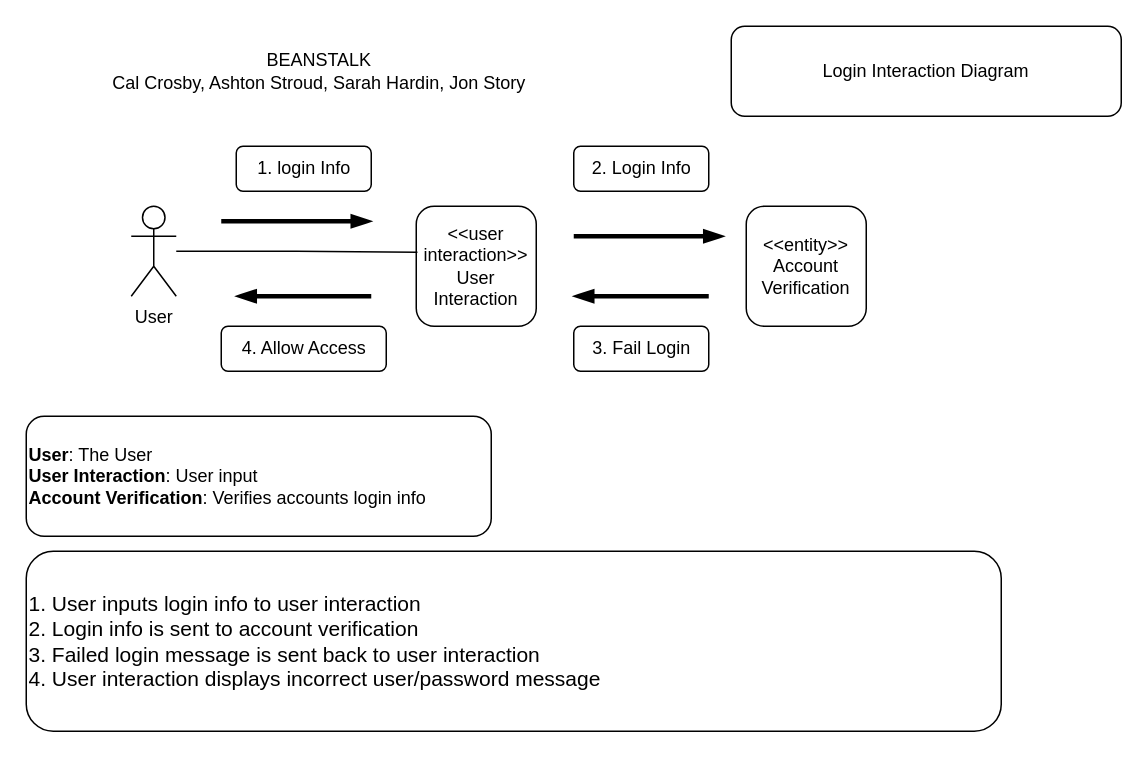
This is D5-DynamicModeling/login_fail.drawio from Glizzus/COMP-3700, a draw.io file, before an edit. Source tidied: cells renumbered, new cells numbered last; positions are measured from the earlier drawing's top-left corner, leaving out a move shared by most shapes. Both pictures are drawn from the tidied source at 150%, with x=0, y=0 at pixel (26, 26).
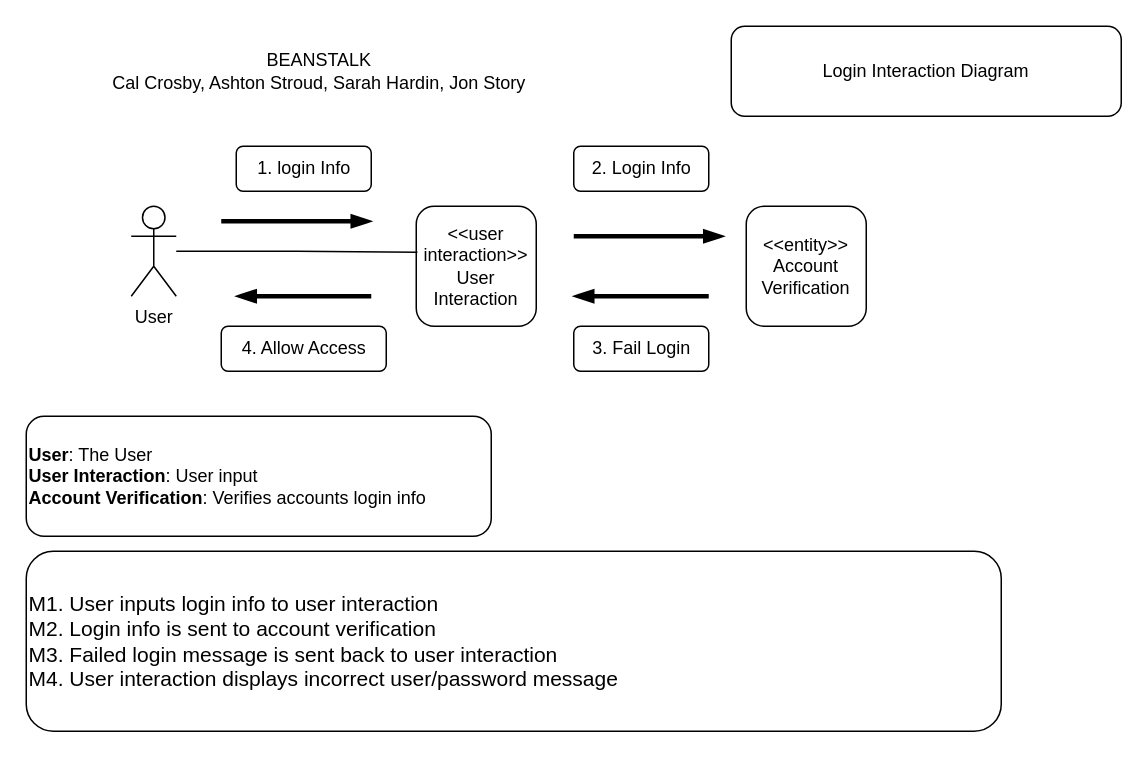
After the change.

Change to the diagram source:
```diff
@@
-    <mxCell id="3" value="&lt;font style=&quot;font-size: 14px;&quot;&gt;1. User inputs login info to user interaction&lt;br&gt;2. Login info is sent to account verification&lt;br&gt;3. Failed login message is sent back to user interaction&lt;br&gt;4. User interaction displays incorrect user/password message&lt;br&gt;&lt;/font&gt;" style="rounded=1;whiteSpace=wrap;html=1;align=left;" parent="1" vertex="1">
+    <mxCell id="3" value="&lt;font style=&quot;font-size: 14px;&quot;&gt;M1. User inputs login info to user interaction&lt;br&gt;M2. Login info is sent to account verification&lt;br&gt;M3. Failed login message is sent back to user interaction&lt;br&gt;M4. User interaction displays incorrect user/password message&lt;br&gt;&lt;/font&gt;" style="rounded=1;whiteSpace=wrap;html=1;align=left;" parent="1" vertex="1">
       <mxGeometry y="350" width="650" height="120" as="geometry" />
     </mxCell>
```
